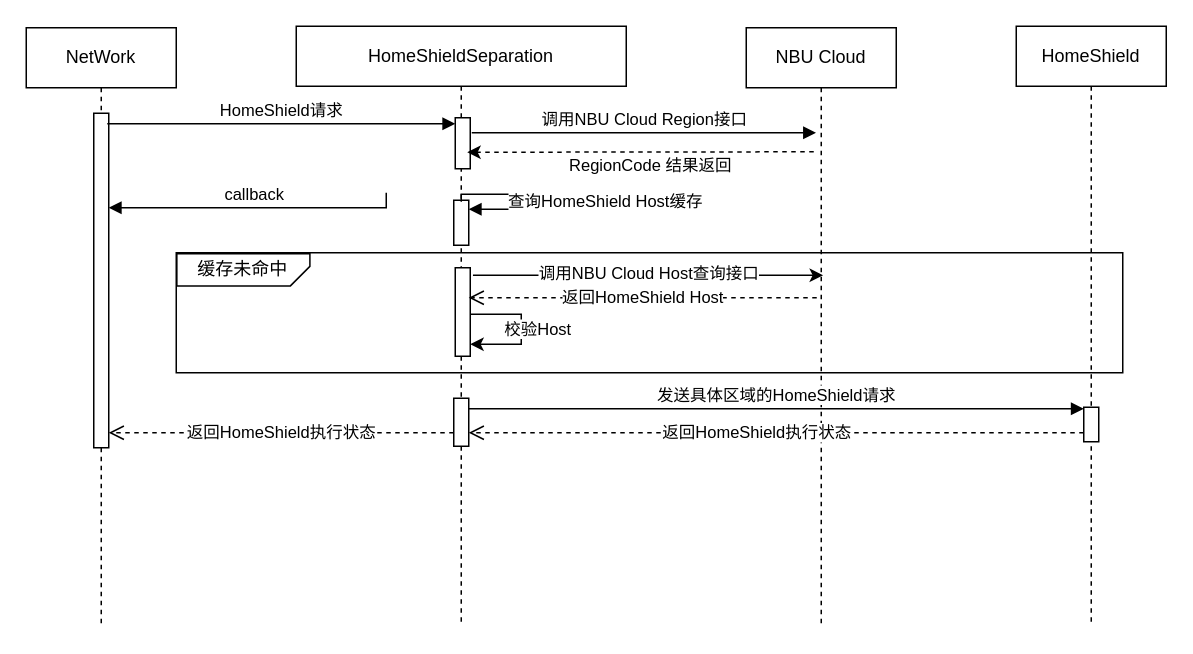
Earlier version of the draw.io diagram Tauc-时序图.drawio (Dntls/Book). Source tidied: cells renumbered, new cells numbered last; positions are measured from the earlier drawing's top-left corner, leaving out a move shared by most shapes. Both pictures are drawn from the tidied source at 150%, with x=0, y=0 at pixel (26, 26).
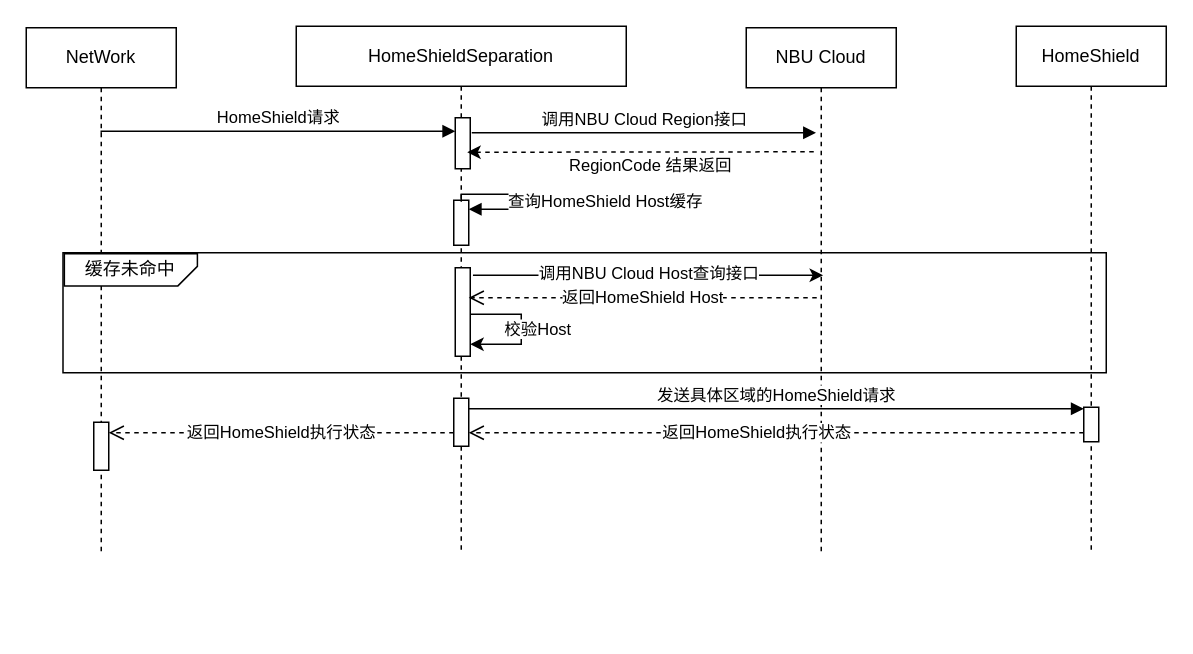
The same page after the edit.

Commit message (it also covers changes not shown here):
更新Tauc-时序图.drawio

The change refers to these unchanged cells:
```xml
<mxCell id="8" style="html=1;points=[];perimeter=orthogonalPerimeter;outlineConnect=0;targetShapes=umlLifeline;portConstraint=eastwest;newEdgeStyle={&quot;edgeStyle&quot;:&quot;elbowEdgeStyle&quot;,&quot;elbow&quot;:&quot;vertical&quot;,&quot;curved&quot;:0,&quot;rounded&quot;:0};" parent="5" vertex="1">
  <mxGeometry x="106" y="61" width="10" height="34" as="geometry" />
</mxCell>
<mxCell id="12" style="html=1;points=[];perimeter=orthogonalPerimeter;outlineConnect=0;targetShapes=umlLifeline;portConstraint=eastwest;newEdgeStyle={&quot;edgeStyle&quot;:&quot;elbowEdgeStyle&quot;,&quot;elbow&quot;:&quot;vertical&quot;,&quot;curved&quot;:0,&quot;rounded&quot;:0};" parent="5" vertex="1">
  <mxGeometry x="105" y="248" width="10" height="32" as="geometry" />
</mxCell>
```

Diff of the diagram source:
```diff
@@
     <mxCell id="2" style="rounded=0;whiteSpace=wrap;html=1;fillColor=none;" parent="1" vertex="1">
-      <mxGeometry x="100" y="151" width="631" height="80" as="geometry" />
+      <mxGeometry x="24.5" y="151" width="695.5" height="80" as="geometry" />
     </mxCell>
     <mxCell id="3" value="NetWork" style="shape=umlLifeline;perimeter=lifelinePerimeter;whiteSpace=wrap;html=1;newEdgeStyle={&quot;edgeStyle&quot;:&quot;elbowEdgeStyle&quot;,&quot;elbow&quot;:&quot;vertical&quot;,&quot;curved&quot;:0,&quot;rounded&quot;:0};" parent="1" vertex="1">
-      <mxGeometry y="1" width="100" height="400" as="geometry" />
+      <mxGeometry y="1" width="100" height="350" as="geometry" />
     </mxCell>
-    <mxCell id="4" style="html=1;points=[];perimeter=orthogonalPerimeter;outlineConnect=0;targetShapes=umlLifeline;portConstraint=eastwest;newEdgeStyle={&quot;edgeStyle&quot;:&quot;elbowEdgeStyle&quot;,&quot;elbow&quot;:&quot;vertical&quot;,&quot;curved&quot;:0,&quot;rounded&quot;:0};" parent="3" vertex="1">
-      <mxGeometry x="45" y="57" width="10" height="223" as="geometry" />
-    </mxCell>
+    <mxCell id="32" style="html=1;perimeter=orthogonalPerimeter;targetShapes=umlLifeline;newEdgeStyle={&quot;edgeStyle&quot;:&quot;elbowEdgeStyle&quot;,&quot;elbow&quot;:&quot;vertical&quot;,&quot;curved&quot;:0,&quot;rounded&quot;:0};" parent="3" vertex="1">
+      <mxGeometry x="45" y="263" width="10" height="32" as="geometry" />
+    </mxCell>
     <mxCell id="5" value="HomeShieldSeparation" style="shape=umlLifeline;perimeter=lifelinePerimeter;whiteSpace=wrap;html=1;newEdgeStyle={&quot;edgeStyle&quot;:&quot;elbowEdgeStyle&quot;,&quot;elbow&quot;:&quot;vertical&quot;,&quot;curved&quot;:0,&quot;rounded&quot;:0};" parent="1" vertex="1">
-      <mxGeometry x="180" width="220" height="400" as="geometry" />
+      <mxGeometry x="180" width="220" height="351" as="geometry" />
     </mxCell>
@@
-    <mxCell id="15" value="callback" style="html=1;verticalAlign=bottom;endArrow=block;edgeStyle=elbowEdgeStyle;elbow=vertical;curved=0;rounded=0;" parent="1" edge="1" target="4">
-      <mxGeometry relative="1" as="geometry">
-        <mxPoint x="240" y="111" as="sourcePoint" />
-        <Array as="points">
-          <mxPoint x="150" y="121" />
-        </Array>
-      </mxGeometry>
-    </mxCell>
+    <mxCell id="17" value="NBU Cloud" style="shape=umlLifeline;perimeter=lifelinePerimeter;whiteSpace=wrap;html=1;newEdgeStyle={&quot;edgeStyle&quot;:&quot;elbowEdgeStyle&quot;,&quot;elbow&quot;:&quot;vertical&quot;,&quot;curved&quot;:0,&quot;rounded&quot;:0};" parent="1" vertex="1">
+      <mxGeometry x="480" y="1" width="100" height="350" as="geometry" />
+    </mxCell>
-    <mxCell id="16" value="缓存未命中" style="shape=card;whiteSpace=wrap;html=1;rotation=90;flipH=1;size=13;horizontal=0;fillColor=none;" parent="1" vertex="1">
-      <mxGeometry x="134" y="118" width="21.5" height="88.7" as="geometry" />
+    <mxCell id="16" value="缓存未命中" style="shape=card;whiteSpace=wrap;html=1;rotation=90;flipH=1;size=13;horizontal=0;fillColor=default;" parent="1" vertex="1">
+      <mxGeometry x="59" y="118" width="21.5" height="88.7" as="geometry" />
     </mxCell>
-    <mxCell id="17" value="NBU Cloud" style="shape=umlLifeline;perimeter=lifelinePerimeter;whiteSpace=wrap;html=1;newEdgeStyle={&quot;edgeStyle&quot;:&quot;elbowEdgeStyle&quot;,&quot;elbow&quot;:&quot;vertical&quot;,&quot;curved&quot;:0,&quot;rounded&quot;:0};" parent="1" vertex="1">
-      <mxGeometry x="480" y="1" width="100" height="400" as="geometry" />
-    </mxCell>
@@
     <mxCell id="23" value="HomeShield" style="shape=umlLifeline;perimeter=lifelinePerimeter;whiteSpace=wrap;html=1;newEdgeStyle={&quot;edgeStyle&quot;:&quot;elbowEdgeStyle&quot;,&quot;elbow&quot;:&quot;vertical&quot;,&quot;curved&quot;:0,&quot;rounded&quot;:0};" parent="1" vertex="1">
-      <mxGeometry x="660" width="100" height="400" as="geometry" />
+      <mxGeometry x="660" width="100" height="351" as="geometry" />
     </mxCell>
@@
-    <mxCell id="25" value="HomeShield请求" style="html=1;verticalAlign=bottom;endArrow=block;edgeStyle=elbowEdgeStyle;elbow=vertical;curved=0;rounded=0;exitX=0.5;exitY=0.024;exitDx=0;exitDy=0;exitPerimeter=0;" parent="1" edge="1" target="8">
+    <mxCell id="25" value="HomeShield请求" style="html=1;verticalAlign=bottom;endArrow=block;edgeStyle=elbowEdgeStyle;elbow=vertical;curved=0;rounded=0;" parent="1" edge="1" target="8">
       <mxGeometry relative="1" as="geometry">
-        <mxPoint x="54" y="65" as="sourcePoint" />
+        <mxPoint x="50" y="71" as="sourcePoint" />
+        <Array as="points">
+          <mxPoint x="50" y="70" />
+        </Array>
       </mxGeometry>
     </mxCell>
@@
-    <mxCell id="30" style="html=1;verticalAlign=bottom;endArrow=open;dashed=1;endSize=8;edgeStyle=elbowEdgeStyle;elbow=vertical;curved=0;rounded=0;" parent="1" edge="1" source="12" target="4">
+    <mxCell id="30" style="html=1;verticalAlign=bottom;endArrow=open;dashed=1;endSize=8;edgeStyle=elbowEdgeStyle;elbow=vertical;curved=0;rounded=0;" parent="1" edge="1" source="12">
       <mxGeometry x="-0.51" y="129" relative="1" as="geometry">
+        <mxPoint x="55" y="271" as="targetPoint" />
         <Array as="points">
           <mxPoint x="160" y="271" />
         </Array>
       </mxGeometry>
     </mxCell>
```
